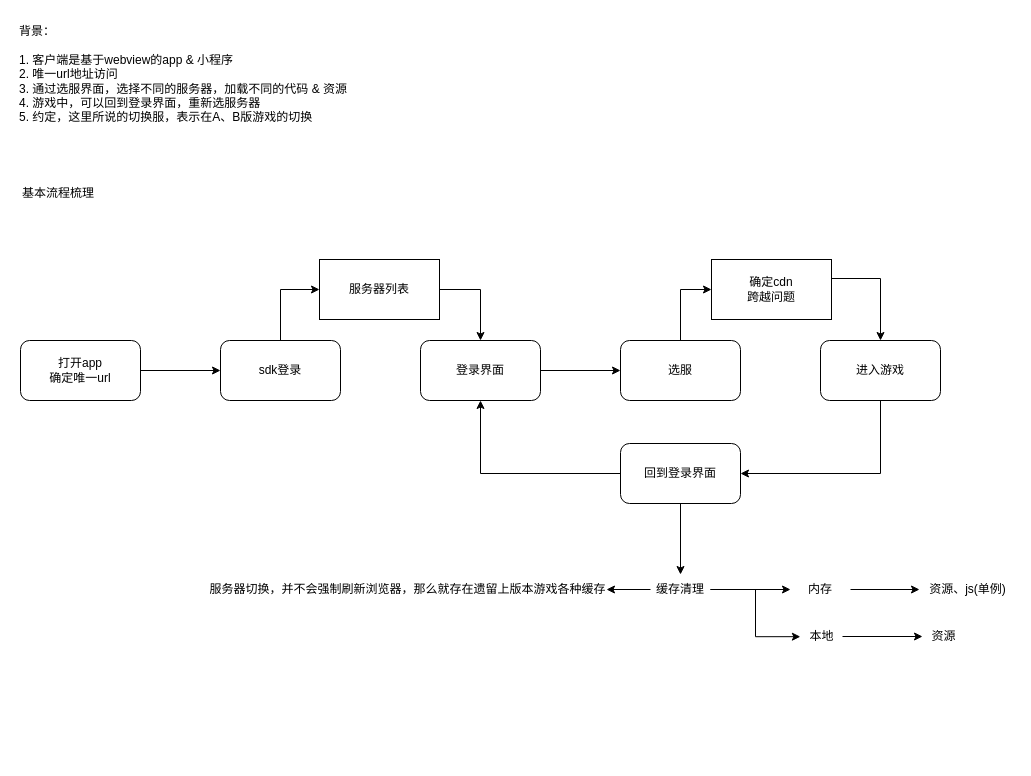
The draw.io diagram page "融合代码" (3 of 3) of aigc/aigc.drawio in breezerzxq/Diagram, before the edit. Source tidied: cells renumbered, new cells numbered last; positions are measured from the earlier drawing's top-left corner, leaving out a move shared by most shapes. Both pictures are drawn from the tidied source at 100%, with x=0, y=0 at pixel (17, 17).
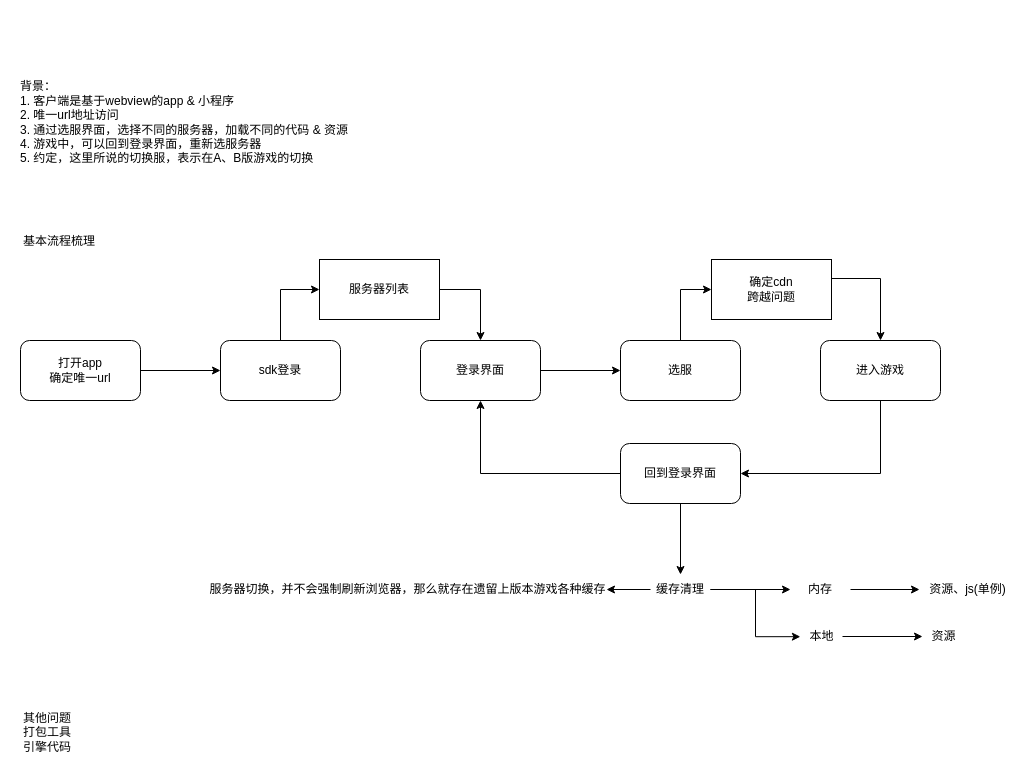
Above is the later version.

Change to the diagram source:
```diff
@@
-    <mxCell id="2" value="背景：&lt;br&gt;&lt;br&gt;&lt;div&gt;1. 客户端是基于webview的app &amp;amp; 小程序&lt;/div&gt;&lt;div&gt;2. 唯一url地址访问&lt;/div&gt;&lt;div&gt;3. 通过选服界面，选择不同的服务器，加载不同的代码 &amp;amp; 资源&lt;/div&gt;&lt;div&gt;4. 游戏中，可以回到登录界面，重新选服务器&lt;/div&gt;&lt;div&gt;5. 约定，这里所说的切换服，表示在A、B版游戏的切换&lt;/div&gt;" style="text;html=1;align=left;verticalAlign=middle;strokeColor=none;fillColor=none;" parent="1" vertex="1">
-      <mxGeometry width="346" height="113" as="geometry" />
+    <mxCell id="2" value="背景：&lt;br&gt;&lt;div&gt;1. 客户端是基于webview的app &amp;amp; 小程序&lt;/div&gt;&lt;div&gt;2. 唯一url地址访问&lt;/div&gt;&lt;div&gt;3. 通过选服界面，选择不同的服务器，加载不同的代码 &amp;amp; 资源&lt;/div&gt;&lt;div&gt;4. 游戏中，可以回到登录界面，重新选服务器&lt;/div&gt;&lt;div&gt;5. 约定，这里所说的切换服，表示在A、B版游戏的切换&lt;/div&gt;" style="text;html=1;align=left;verticalAlign=middle;strokeColor=none;fillColor=none;" parent="1" vertex="1">
+      <mxGeometry x="1" y="56" width="346" height="98" as="geometry" />
     </mxCell>
     <mxCell id="3" value="基本流程梳理" style="text;html=1;align=left;verticalAlign=middle;strokeColor=none;fillColor=none;" parent="1" vertex="1">
-      <mxGeometry x="3" y="163" width="90" height="26" as="geometry" />
+      <mxGeometry x="4" y="211" width="90" height="26" as="geometry" />
     </mxCell>
@@
+    <mxCell id="32" value="其他问题&lt;br&gt;打包工具&lt;div&gt;引擎代码&lt;/div&gt;" style="text;html=1;align=left;verticalAlign=middle;strokeColor=none;fillColor=none;" parent="1" vertex="1">
+      <mxGeometry x="4" y="687" width="66" height="55" as="geometry" />
+    </mxCell>
```
